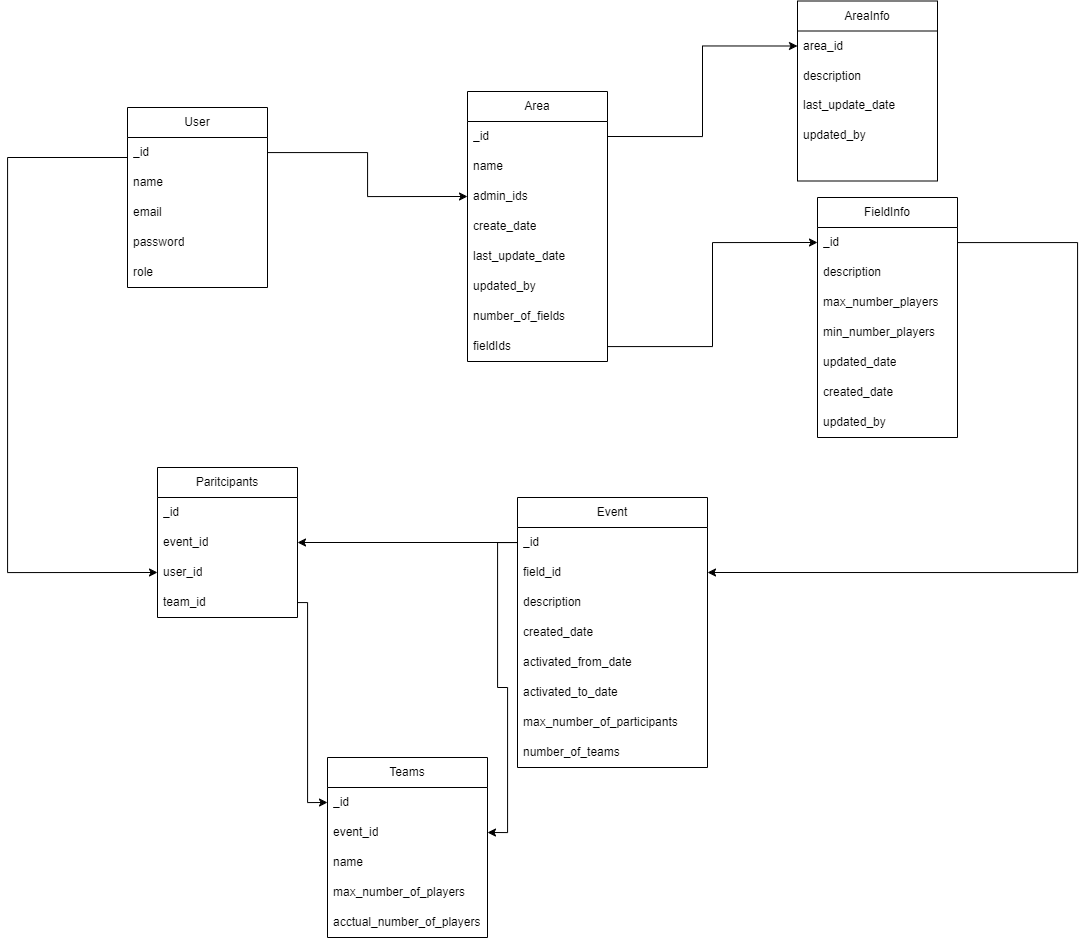
The draw.io diagram Diagrams/Model.drawio.png in jopyslaw/ASG-NestJS, before a commit. Source tidied: cells renumbered, new cells last; positions are measured from the earlier drawing's top-left corner, leaving out a move shared by most shapes. Its diagram source:
```xml
<mxGraphModel>
  <root>
    <mxCell id="0" />
    <mxCell id="1" parent="0" />
    <mxCell id="2" value="User" style="swimlane;fontStyle=0;horizontal=1;startSize=30;whiteSpace=wrap;html=1;" parent="1" vertex="1">
      <mxGeometry x="120" y="106" width="140" height="180" as="geometry" />
    </mxCell>
    <mxCell id="3" value="_id" style="text;strokeColor=none;fillColor=none;align=left;verticalAlign=middle;spacingLeft=4;spacingRight=4;overflow=hidden;points=[[0,0.5],[1,0.5]];portConstraint=eastwest;whiteSpace=wrap;html=1;" parent="2" vertex="1">
      <mxGeometry y="30" width="140" height="30" as="geometry" />
    </mxCell>
    <mxCell id="4" value="name" style="text;strokeColor=none;fillColor=none;align=left;verticalAlign=middle;spacingLeft=4;spacingRight=4;overflow=hidden;whiteSpace=wrap;html=1;" parent="2" vertex="1">
      <mxGeometry y="60" width="140" height="30" as="geometry" />
    </mxCell>
    <mxCell id="5" value="email" style="text;strokeColor=none;fillColor=none;align=left;verticalAlign=middle;spacingLeft=4;spacingRight=4;overflow=hidden;whiteSpace=wrap;html=1;" parent="2" vertex="1">
      <mxGeometry y="90" width="140" height="30" as="geometry" />
    </mxCell>
    <mxCell id="6" value="password" style="text;strokeColor=none;fillColor=none;align=left;verticalAlign=middle;spacingLeft=4;spacingRight=4;overflow=hidden;whiteSpace=wrap;html=1;" parent="2" vertex="1">
      <mxGeometry y="120" width="140" height="30" as="geometry" />
    </mxCell>
    <mxCell id="7" value="role" style="text;strokeColor=none;fillColor=none;align=left;verticalAlign=middle;spacingLeft=4;spacingRight=4;overflow=hidden;whiteSpace=wrap;html=1;" parent="2" vertex="1">
      <mxGeometry y="150" width="140" height="30" as="geometry" />
    </mxCell>
    <mxCell id="8" value="Area" style="swimlane;fontStyle=0;horizontal=1;startSize=30;whiteSpace=wrap;html=1;" parent="1" vertex="1">
      <mxGeometry x="460" y="90" width="140" height="270" as="geometry" />
    </mxCell>
    <mxCell id="9" value="_id" style="text;strokeColor=none;fillColor=none;align=left;verticalAlign=middle;spacingLeft=4;spacingRight=4;overflow=hidden;points=[[0,0.5],[1,0.5]];portConstraint=eastwest;whiteSpace=wrap;html=1;" parent="8" vertex="1">
      <mxGeometry y="30" width="140" height="30" as="geometry" />
    </mxCell>
    <mxCell id="10" value="name" style="text;strokeColor=none;fillColor=none;align=left;verticalAlign=middle;spacingLeft=4;spacingRight=4;overflow=hidden;whiteSpace=wrap;html=1;" parent="8" vertex="1">
      <mxGeometry y="60" width="140" height="30" as="geometry" />
    </mxCell>
    <mxCell id="11" value="admin_ids" style="text;strokeColor=none;fillColor=none;align=left;verticalAlign=middle;spacingLeft=4;spacingRight=4;overflow=hidden;points=[[0,0.5],[1,0.5]];portConstraint=eastwest;whiteSpace=wrap;html=1;" parent="8" vertex="1">
      <mxGeometry y="90" width="140" height="30" as="geometry" />
    </mxCell>
    <mxCell id="12" value="create_date" style="text;strokeColor=none;fillColor=none;align=left;verticalAlign=middle;spacingLeft=4;spacingRight=4;overflow=hidden;whiteSpace=wrap;html=1;" parent="8" vertex="1">
      <mxGeometry y="120" width="140" height="30" as="geometry" />
    </mxCell>
    <mxCell id="13" value="last_update_date" style="text;strokeColor=none;fillColor=none;align=left;verticalAlign=middle;spacingLeft=4;spacingRight=4;overflow=hidden;whiteSpace=wrap;html=1;" parent="8" vertex="1">
      <mxGeometry y="150" width="140" height="30" as="geometry" />
    </mxCell>
    <mxCell id="14" value="updated_by" style="text;strokeColor=none;fillColor=none;align=left;verticalAlign=middle;spacingLeft=4;spacingRight=4;overflow=hidden;whiteSpace=wrap;html=1;" parent="8" vertex="1">
      <mxGeometry y="180" width="140" height="30" as="geometry" />
    </mxCell>
    <mxCell id="15" value="number_of_fields" style="text;strokeColor=none;fillColor=none;align=left;verticalAlign=middle;spacingLeft=4;spacingRight=4;overflow=hidden;whiteSpace=wrap;html=1;" parent="8" vertex="1">
      <mxGeometry y="210" width="140" height="30" as="geometry" />
    </mxCell>
    <mxCell id="16" value="fieldIds" style="text;strokeColor=none;fillColor=none;align=left;verticalAlign=middle;spacingLeft=4;spacingRight=4;overflow=hidden;points=[[0,0.5],[1,0.5]];portConstraint=eastwest;whiteSpace=wrap;html=1;" parent="8" vertex="1">
      <mxGeometry y="240" width="140" height="30" as="geometry" />
    </mxCell>
    <mxCell id="17" value="AreaInfo" style="swimlane;fontStyle=0;horizontal=1;startSize=30;whiteSpace=wrap;html=1;" parent="1" vertex="1">
      <mxGeometry x="790" y="-0.5" width="140" height="180" as="geometry" />
    </mxCell>
    <mxCell id="18" value="area_id" style="text;strokeColor=none;fillColor=none;align=left;verticalAlign=middle;spacingLeft=4;spacingRight=4;overflow=hidden;points=[[0,0.5],[1,0.5]];portConstraint=eastwest;whiteSpace=wrap;html=1;" parent="17" vertex="1">
      <mxGeometry y="30" width="140" height="30" as="geometry" />
    </mxCell>
    <mxCell id="19" value="description" style="text;strokeColor=none;fillColor=none;align=left;verticalAlign=middle;spacingLeft=4;spacingRight=4;overflow=hidden;whiteSpace=wrap;html=1;" parent="17" vertex="1">
      <mxGeometry y="60" width="140" height="30" as="geometry" />
    </mxCell>
    <mxCell id="20" value="last_update_date" style="text;strokeColor=none;fillColor=none;align=left;verticalAlign=middle;spacingLeft=4;spacingRight=4;overflow=hidden;whiteSpace=wrap;html=1;" parent="17" vertex="1">
      <mxGeometry y="90" width="140" height="30" as="geometry" />
    </mxCell>
    <mxCell id="21" value="updated_by" style="text;strokeColor=none;fillColor=none;align=left;verticalAlign=middle;spacingLeft=4;spacingRight=4;overflow=hidden;whiteSpace=wrap;html=1;" parent="17" vertex="1">
      <mxGeometry y="120" width="140" height="30" as="geometry" />
    </mxCell>
    <mxCell id="22" style="text;strokeColor=none;fillColor=none;align=left;verticalAlign=middle;spacingLeft=4;spacingRight=4;overflow=hidden;whiteSpace=wrap;html=1;" parent="17" vertex="1">
      <mxGeometry y="150" width="140" height="30" as="geometry" />
    </mxCell>
    <mxCell id="23" style="edgeStyle=orthogonalEdgeStyle;rounded=0;jettySize=auto;html=1;exitX=1;exitY=0.5;exitDx=0;exitDy=0;entryX=0;entryY=0.5;entryDx=0;entryDy=0;" parent="1" edge="1" source="9" target="18">
      <mxGeometry relative="1" as="geometry" />
    </mxCell>
    <mxCell id="24" style="edgeStyle=orthogonalEdgeStyle;rounded=0;jettySize=auto;html=1;entryX=0;entryY=0.5;entryDx=0;entryDy=0;" parent="1" edge="1" source="3" target="11">
      <mxGeometry relative="1" as="geometry" />
    </mxCell>
    <mxCell id="25" value="FieldInfo" style="swimlane;fontStyle=0;horizontal=1;startSize=30;whiteSpace=wrap;html=1;" parent="1" vertex="1">
      <mxGeometry x="810" y="196" width="140" height="240" as="geometry" />
    </mxCell>
    <mxCell id="26" value="_id" style="text;strokeColor=none;fillColor=none;align=left;verticalAlign=middle;spacingLeft=4;spacingRight=4;overflow=hidden;points=[[0,0.5],[1,0.5]];portConstraint=eastwest;whiteSpace=wrap;html=1;" parent="25" vertex="1">
      <mxGeometry y="30" width="140" height="30" as="geometry" />
    </mxCell>
    <mxCell id="27" value="description" style="text;strokeColor=none;fillColor=none;align=left;verticalAlign=middle;spacingLeft=4;spacingRight=4;overflow=hidden;whiteSpace=wrap;html=1;" parent="25" vertex="1">
      <mxGeometry y="60" width="140" height="30" as="geometry" />
    </mxCell>
    <mxCell id="28" value="max_number_players" style="text;strokeColor=none;fillColor=none;align=left;verticalAlign=middle;spacingLeft=4;spacingRight=4;overflow=hidden;whiteSpace=wrap;html=1;" parent="25" vertex="1">
      <mxGeometry y="90" width="140" height="30" as="geometry" />
    </mxCell>
    <mxCell id="29" value="min_number_players" style="text;strokeColor=none;fillColor=none;align=left;verticalAlign=middle;spacingLeft=4;spacingRight=4;overflow=hidden;whiteSpace=wrap;html=1;" parent="25" vertex="1">
      <mxGeometry y="120" width="140" height="30" as="geometry" />
    </mxCell>
    <mxCell id="30" value="updated_date" style="text;strokeColor=none;fillColor=none;align=left;verticalAlign=middle;spacingLeft=4;spacingRight=4;overflow=hidden;whiteSpace=wrap;html=1;" parent="25" vertex="1">
      <mxGeometry y="150" width="140" height="30" as="geometry" />
    </mxCell>
    <mxCell id="31" value="created_date" style="text;strokeColor=none;fillColor=none;align=left;verticalAlign=middle;spacingLeft=4;spacingRight=4;overflow=hidden;whiteSpace=wrap;html=1;" parent="25" vertex="1">
      <mxGeometry y="180" width="140" height="30" as="geometry" />
    </mxCell>
    <mxCell id="32" value="updated_by" style="text;strokeColor=none;fillColor=none;align=left;verticalAlign=middle;spacingLeft=4;spacingRight=4;overflow=hidden;whiteSpace=wrap;html=1;" parent="25" vertex="1">
      <mxGeometry y="210" width="140" height="30" as="geometry" />
    </mxCell>
    <mxCell id="33" style="edgeStyle=orthogonalEdgeStyle;rounded=0;jettySize=auto;html=1;entryX=0;entryY=0.5;entryDx=0;entryDy=0;" parent="1" edge="1" source="16" target="26">
      <mxGeometry relative="1" as="geometry" />
    </mxCell>
    <mxCell id="34" value="Event" style="swimlane;fontStyle=0;horizontal=1;startSize=30;whiteSpace=wrap;html=1;" parent="1" vertex="1">
      <mxGeometry x="510" y="496" width="190" height="270" as="geometry" />
    </mxCell>
    <mxCell id="35" value="_id" style="text;strokeColor=none;fillColor=none;align=left;verticalAlign=middle;spacingLeft=4;spacingRight=4;overflow=hidden;points=[[0,0.5],[1,0.5]];portConstraint=eastwest;whiteSpace=wrap;html=1;" parent="34" vertex="1">
      <mxGeometry y="30" width="190" height="30" as="geometry" />
    </mxCell>
    <mxCell id="36" value="field_id" style="text;strokeColor=none;fillColor=none;align=left;verticalAlign=middle;spacingLeft=4;spacingRight=4;overflow=hidden;points=[[0,0.5],[1,0.5]];portConstraint=eastwest;whiteSpace=wrap;html=1;" parent="34" vertex="1">
      <mxGeometry y="60" width="190" height="30" as="geometry" />
    </mxCell>
    <mxCell id="37" value="description" style="text;strokeColor=none;fillColor=none;align=left;verticalAlign=middle;spacingLeft=4;spacingRight=4;overflow=hidden;whiteSpace=wrap;html=1;" parent="34" vertex="1">
      <mxGeometry y="90" width="190" height="30" as="geometry" />
    </mxCell>
    <mxCell id="38" value="created_date" style="text;strokeColor=none;fillColor=none;align=left;verticalAlign=middle;spacingLeft=4;spacingRight=4;overflow=hidden;whiteSpace=wrap;html=1;" parent="34" vertex="1">
      <mxGeometry y="120" width="190" height="30" as="geometry" />
    </mxCell>
    <mxCell id="39" value="activated_from_date" style="text;strokeColor=none;fillColor=none;align=left;verticalAlign=middle;spacingLeft=4;spacingRight=4;overflow=hidden;whiteSpace=wrap;html=1;" parent="34" vertex="1">
      <mxGeometry y="150" width="190" height="30" as="geometry" />
    </mxCell>
    <mxCell id="40" value="activated_to_date" style="text;strokeColor=none;fillColor=none;align=left;verticalAlign=middle;spacingLeft=4;spacingRight=4;overflow=hidden;whiteSpace=wrap;html=1;" parent="34" vertex="1">
      <mxGeometry y="180" width="190" height="30" as="geometry" />
    </mxCell>
    <mxCell id="41" value="max_number_of_participants" style="text;strokeColor=none;fillColor=none;align=left;verticalAlign=middle;spacingLeft=4;spacingRight=4;overflow=hidden;whiteSpace=wrap;html=1;" parent="34" vertex="1">
      <mxGeometry y="210" width="190" height="30" as="geometry" />
    </mxCell>
    <mxCell id="42" value="number_of_teams" style="text;strokeColor=none;fillColor=none;align=left;verticalAlign=middle;spacingLeft=4;spacingRight=4;overflow=hidden;whiteSpace=wrap;html=1;" parent="34" vertex="1">
      <mxGeometry y="240" width="190" height="30" as="geometry" />
    </mxCell>
    <mxCell id="43" style="edgeStyle=orthogonalEdgeStyle;rounded=0;jettySize=auto;html=1;entryX=1;entryY=0.5;entryDx=0;entryDy=0;" parent="1" edge="1" source="26" target="36">
      <mxGeometry relative="1" as="geometry">
        <Array as="points">
          <mxPoint x="1070" y="241" />
          <mxPoint x="1070" y="571" />
        </Array>
      </mxGeometry>
    </mxCell>
    <mxCell id="44" value="Paritcipants" style="swimlane;fontStyle=0;horizontal=1;startSize=30;whiteSpace=wrap;html=1;" parent="1" vertex="1">
      <mxGeometry x="150" y="466" width="140" height="150" as="geometry" />
    </mxCell>
    <mxCell id="45" value="_id" style="text;strokeColor=none;fillColor=none;align=left;verticalAlign=middle;spacingLeft=4;spacingRight=4;overflow=hidden;whiteSpace=wrap;html=1;" parent="44" vertex="1">
      <mxGeometry y="30" width="140" height="30" as="geometry" />
    </mxCell>
    <mxCell id="46" value="event_id" style="text;strokeColor=none;fillColor=none;align=left;verticalAlign=middle;spacingLeft=4;spacingRight=4;overflow=hidden;points=[[0,0.5],[1,0.5]];portConstraint=eastwest;whiteSpace=wrap;html=1;" parent="44" vertex="1">
      <mxGeometry y="60" width="140" height="30" as="geometry" />
    </mxCell>
    <mxCell id="47" value="user_id" style="text;strokeColor=none;fillColor=none;align=left;verticalAlign=middle;spacingLeft=4;spacingRight=4;overflow=hidden;points=[[0,0.5],[1,0.5]];portConstraint=eastwest;whiteSpace=wrap;html=1;" parent="44" vertex="1">
      <mxGeometry y="90" width="140" height="30" as="geometry" />
    </mxCell>
    <mxCell id="48" value="team_id" style="text;strokeColor=none;fillColor=none;align=left;verticalAlign=middle;spacingLeft=4;spacingRight=4;overflow=hidden;points=[[0,0.5],[1,0.5]];portConstraint=eastwest;whiteSpace=wrap;html=1;" parent="44" vertex="1">
      <mxGeometry y="120" width="140" height="30" as="geometry" />
    </mxCell>
    <mxCell id="49" style="edgeStyle=orthogonalEdgeStyle;rounded=0;jettySize=auto;html=1;entryX=1;entryY=0.5;entryDx=0;entryDy=0;" parent="1" edge="1" source="35" target="46">
      <mxGeometry relative="1" as="geometry" />
    </mxCell>
    <mxCell id="50" style="edgeStyle=orthogonalEdgeStyle;rounded=0;jettySize=auto;html=1;entryX=0;entryY=0.5;entryDx=0;entryDy=0;" parent="1" edge="1" source="3" target="47">
      <mxGeometry relative="1" as="geometry">
        <Array as="points">
          <mxPoint y="156" />
          <mxPoint y="571" />
        </Array>
      </mxGeometry>
    </mxCell>
    <mxCell id="51" value="Teams" style="swimlane;fontStyle=0;horizontal=1;startSize=30;whiteSpace=wrap;html=1;" parent="1" vertex="1">
      <mxGeometry x="320" y="756" width="160" height="180" as="geometry" />
    </mxCell>
    <mxCell id="52" value="_id" style="text;strokeColor=none;fillColor=none;align=left;verticalAlign=middle;spacingLeft=4;spacingRight=4;overflow=hidden;points=[[0,0.5],[1,0.5]];portConstraint=eastwest;whiteSpace=wrap;html=1;" parent="51" vertex="1">
      <mxGeometry y="30" width="160" height="30" as="geometry" />
    </mxCell>
    <mxCell id="53" value="event_id" style="text;strokeColor=none;fillColor=none;align=left;verticalAlign=middle;spacingLeft=4;spacingRight=4;overflow=hidden;points=[[0,0.5],[1,0.5]];portConstraint=eastwest;whiteSpace=wrap;html=1;" parent="51" vertex="1">
      <mxGeometry y="60" width="160" height="30" as="geometry" />
    </mxCell>
    <mxCell id="54" value="name" style="text;strokeColor=none;fillColor=none;align=left;verticalAlign=middle;spacingLeft=4;spacingRight=4;overflow=hidden;whiteSpace=wrap;html=1;" parent="51" vertex="1">
      <mxGeometry y="90" width="160" height="30" as="geometry" />
    </mxCell>
    <mxCell id="55" value="max_number_of_players" style="text;strokeColor=none;fillColor=none;align=left;verticalAlign=middle;spacingLeft=4;spacingRight=4;overflow=hidden;whiteSpace=wrap;html=1;" parent="51" vertex="1">
      <mxGeometry y="120" width="160" height="30" as="geometry" />
    </mxCell>
    <mxCell id="56" value="acctual_number_of_players" style="text;strokeColor=none;fillColor=none;align=left;verticalAlign=middle;spacingLeft=4;spacingRight=4;overflow=hidden;whiteSpace=wrap;html=1;" parent="51" vertex="1">
      <mxGeometry y="150" width="160" height="30" as="geometry" />
    </mxCell>
    <mxCell id="57" style="edgeStyle=orthogonalEdgeStyle;rounded=0;jettySize=auto;html=1;entryX=1;entryY=0.5;entryDx=0;entryDy=0;" parent="1" edge="1" source="35" target="53">
      <mxGeometry relative="1" as="geometry" />
    </mxCell>
    <mxCell id="58" style="edgeStyle=orthogonalEdgeStyle;rounded=0;jettySize=auto;html=1;entryX=0;entryY=0.5;entryDx=0;entryDy=0;" parent="1" edge="1" source="48" target="52">
      <mxGeometry relative="1" as="geometry">
        <Array as="points">
          <mxPoint x="300" y="601" />
          <mxPoint x="300" y="801" />
        </Array>
      </mxGeometry>
    </mxCell>
  </root>
</mxGraphModel>
```
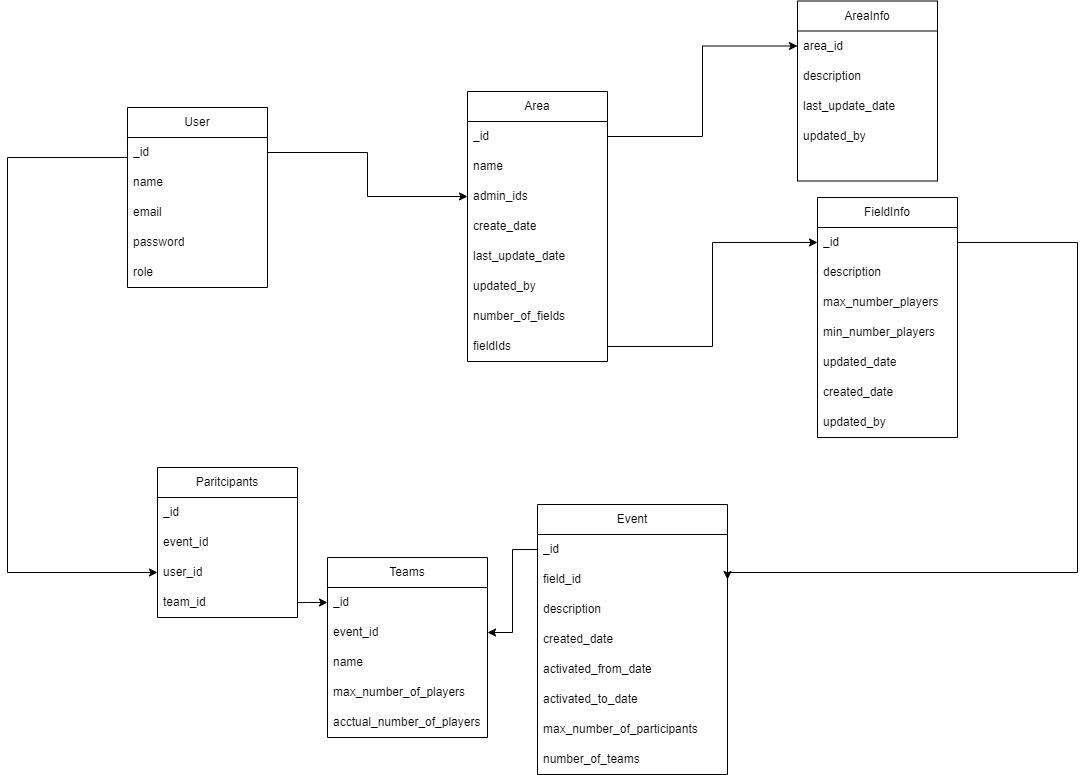
After the commit.

What changed in the source:
```diff
@@ -99,7 +99,7 @@
       <mxGeometry relative="1" as="geometry" />
     </mxCell>
     <mxCell id="34" value="Event" style="swimlane;fontStyle=0;horizontal=1;startSize=30;whiteSpace=wrap;html=1;" parent="1" vertex="1">
-      <mxGeometry x="510" y="496" width="190" height="270" as="geometry" />
+      <mxGeometry x="530" y="503" width="190" height="270" as="geometry" />
     </mxCell>
     <mxCell id="35" value="_id" style="text;strokeColor=none;fillColor=none;align=left;verticalAlign=middle;spacingLeft=4;spacingRight=4;overflow=hidden;points=[[0,0.5],[1,0.5]];portConstraint=eastwest;whiteSpace=wrap;html=1;" parent="34" vertex="1">
       <mxGeometry y="30" width="190" height="30" as="geometry" />
@@ -148,9 +148,6 @@
     <mxCell id="48" value="team_id" style="text;strokeColor=none;fillColor=none;align=left;verticalAlign=middle;spacingLeft=4;spacingRight=4;overflow=hidden;points=[[0,0.5],[1,0.5]];portConstraint=eastwest;whiteSpace=wrap;html=1;" parent="44" vertex="1">
       <mxGeometry y="120" width="140" height="30" as="geometry" />
     </mxCell>
-    <mxCell id="49" style="edgeStyle=orthogonalEdgeStyle;rounded=0;jettySize=auto;html=1;entryX=1;entryY=0.5;entryDx=0;entryDy=0;" parent="1" edge="1" source="35" target="46">
-      <mxGeometry relative="1" as="geometry" />
-    </mxCell>
     <mxCell id="50" style="edgeStyle=orthogonalEdgeStyle;rounded=0;jettySize=auto;html=1;entryX=0;entryY=0.5;entryDx=0;entryDy=0;" parent="1" edge="1" source="3" target="47">
       <mxGeometry relative="1" as="geometry">
         <Array as="points">
@@ -160,7 +157,7 @@
       </mxGeometry>
     </mxCell>
     <mxCell id="51" value="Teams" style="swimlane;fontStyle=0;horizontal=1;startSize=30;whiteSpace=wrap;html=1;" parent="1" vertex="1">
-      <mxGeometry x="320" y="756" width="160" height="180" as="geometry" />
+      <mxGeometry x="320" y="556" width="160" height="180" as="geometry" />
     </mxCell>
     <mxCell id="52" value="_id" style="text;strokeColor=none;fillColor=none;align=left;verticalAlign=middle;spacingLeft=4;spacingRight=4;overflow=hidden;points=[[0,0.5],[1,0.5]];portConstraint=eastwest;whiteSpace=wrap;html=1;" parent="51" vertex="1">
       <mxGeometry y="30" width="160" height="30" as="geometry" />
@@ -184,7 +181,7 @@
       <mxGeometry relative="1" as="geometry">
         <Array as="points">
           <mxPoint x="300" y="601" />
-          <mxPoint x="300" y="801" />
+          <mxPoint x="300" y="601" />
         </Array>
       </mxGeometry>
     </mxCell>
```
